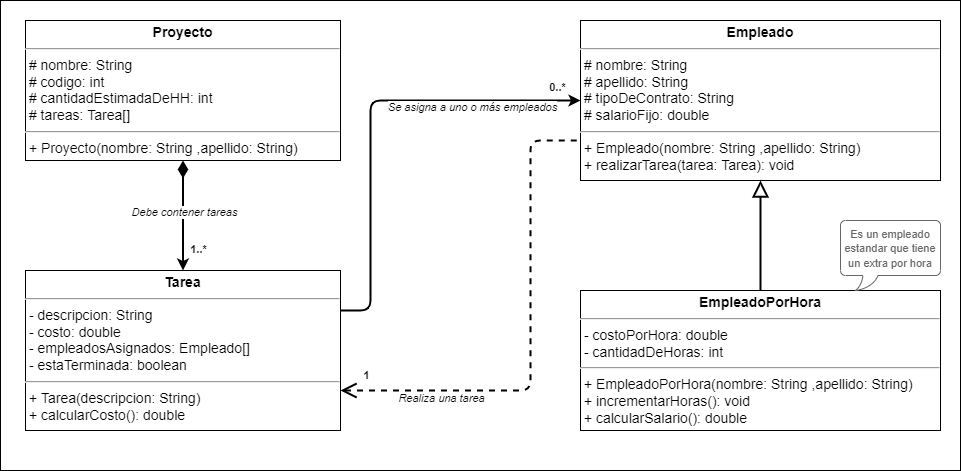
serinformatico/POO-10-2022 keeps this draw.io diagram as src/clase_09/actividad_de_mesa/Diagrama - Proyecto.png. Above is the earlier version. Source tidied: cells renumbered, new cells last; positions are measured from the earlier drawing's top-left corner, leaving out a move shared by most shapes. Source of this version:
```xml
<mxGraphModel>
  <root>
    <mxCell id="0" />
    <mxCell id="1" parent="0" />
    <mxCell id="2" value="&lt;font style=&quot;font-size: 16px;&quot;&gt;&lt;font style=&quot;font-size: 16px;&quot;&gt;&lt;br&gt;&lt;/font&gt;&lt;/font&gt;" style="rounded=0;whiteSpace=wrap;html=1;align=left;verticalAlign=top;fontSize=30;fontStyle=1;spacingTop=10;spacing=2;spacingLeft=20;fontFamily=Verdana;" parent="1" vertex="1">
      <mxGeometry width="960" height="470" as="geometry" />
    </mxCell>
    <mxCell id="3" value="&lt;p style=&quot;margin: 4px 0px 0px; text-align: center; font-size: 14px;&quot;&gt;&lt;b&gt;Empleado&lt;/b&gt;&lt;br&gt;&lt;/p&gt;&lt;hr style=&quot;font-size: 14px;&quot;&gt;&lt;p style=&quot;margin: 0px 0px 0px 4px; font-size: 14px;&quot;&gt;&lt;/p&gt;&amp;nbsp;# nombre: String&lt;br&gt;&lt;span style=&quot;background-color: initial;&quot;&gt;&amp;nbsp;# apellido: String&lt;br&gt;&lt;/span&gt;&amp;nbsp;# tipoDeContrato: String&lt;br&gt;&amp;nbsp;# salarioFijo: double&lt;br&gt;&lt;hr style=&quot;font-size: 14px;&quot;&gt;&amp;nbsp;+&lt;span style=&quot;background-color: initial;&quot;&gt;&amp;nbsp;Empleado(nombre: String ,apellido: String)&lt;br&gt;&amp;nbsp;+ realizarTarea(tarea: Tarea): void&lt;br&gt;&lt;/span&gt;" style="verticalAlign=top;align=left;overflow=fill;fontSize=14;fontFamily=Helvetica;html=1;" parent="1" vertex="1">
      <mxGeometry x="580" y="20" width="360" height="160" as="geometry" />
    </mxCell>
    <mxCell id="4" style="edgeStyle=orthogonalEdgeStyle;rounded=0;jettySize=auto;html=1;entryX=0.5;entryY=1;entryDx=0;entryDy=0;strokeWidth=2;endArrow=block;endFill=0;endSize=12;" parent="1" edge="1" source="5" target="3">
      <mxGeometry relative="1" as="geometry" />
    </mxCell>
    <mxCell id="5" value="&lt;p style=&quot;margin: 4px 0px 0px; text-align: center; font-size: 14px;&quot;&gt;&lt;b&gt;EmpleadoPorHora&lt;/b&gt;&lt;br&gt;&lt;/p&gt;&lt;hr style=&quot;font-size: 14px;&quot;&gt;&lt;p style=&quot;margin: 0px 0px 0px 4px; font-size: 14px;&quot;&gt;&lt;/p&gt;&amp;nbsp;- costoPorHora: double&lt;br&gt;&lt;span style=&quot;background-color: initial;&quot;&gt;&amp;nbsp;- cantidadDeHoras:&amp;nbsp;&lt;/span&gt;int&lt;br&gt;&lt;hr style=&quot;font-size: 14px;&quot;&gt;&lt;p style=&quot;margin: 0px 0px 0px 4px;&quot;&gt;&lt;/p&gt;&amp;nbsp;+&lt;span style=&quot;background-color: initial;&quot;&gt;&amp;nbsp;&lt;/span&gt;EmpleadoPorHora&lt;span style=&quot;background-color: initial;&quot;&gt;(nombre: String ,apellido: String)&lt;/span&gt;&lt;br&gt;&amp;nbsp;+ incrementarHoras(): void&lt;br&gt;&amp;nbsp;+ calcularSalario(): double" style="verticalAlign=top;align=left;overflow=fill;fontSize=14;fontFamily=Helvetica;html=1;" parent="1" vertex="1">
      <mxGeometry x="580" y="290" width="360" height="140" as="geometry" />
    </mxCell>
    <mxCell id="6" style="edgeStyle=orthogonalEdgeStyle;rounded=1;jettySize=auto;html=1;entryX=0.5;entryY=0;entryDx=0;entryDy=0;endArrow=classic;endFill=1;endSize=6;strokeWidth=2;exitX=0.5;exitY=1;exitDx=0;exitDy=0;startArrow=diamondThin;startFill=1;startSize=12;" parent="1" edge="1" source="9" target="10">
      <mxGeometry relative="1" as="geometry" />
    </mxCell>
    <mxCell id="7" value="1..*" style="edgeLabel;html=1;align=center;verticalAlign=middle;fontStyle=1;" parent="6" vertex="1">
      <mxGeometry x="0.64" y="2" relative="1" as="geometry">
        <mxPoint x="13" y="-2" as="offset" />
      </mxGeometry>
    </mxCell>
    <mxCell id="8" value="Debe contener tareas" style="edgeLabel;html=1;align=center;verticalAlign=middle;fontStyle=2;" parent="6" vertex="1">
      <mxGeometry x="0.22" y="1" relative="1" as="geometry">
        <mxPoint y="-16" as="offset" />
      </mxGeometry>
    </mxCell>
    <mxCell id="9" value="&lt;p style=&quot;margin: 4px 0px 0px; text-align: center; font-size: 14px;&quot;&gt;&lt;b&gt;Proyecto&lt;/b&gt;&lt;br&gt;&lt;/p&gt;&lt;hr style=&quot;font-size: 14px;&quot;&gt;&lt;p style=&quot;margin: 0px 0px 0px 4px; font-size: 14px;&quot;&gt;&lt;/p&gt;&lt;span style=&quot;background-color: initial;&quot;&gt;&amp;nbsp;&lt;/span&gt;# nombre: String&lt;br&gt;&lt;span style=&quot;background-color: initial;&quot;&gt;&amp;nbsp;# codigo: int&lt;br&gt;&amp;nbsp;# cantidadEstimadaDeHH&lt;/span&gt;&lt;span style=&quot;background-color: initial;&quot;&gt;:&amp;nbsp;&lt;/span&gt;int&lt;br&gt;&amp;nbsp;# tareas: Tarea[]&lt;br&gt;&lt;hr style=&quot;font-size: 14px;&quot;&gt;&lt;p style=&quot;margin: 0px 0px 0px 4px;&quot;&gt;&lt;/p&gt;&amp;nbsp;+&lt;span style=&quot;background-color: initial;&quot;&gt;&amp;nbsp;&lt;/span&gt;Proyecto&lt;span style=&quot;background-color: initial;&quot;&gt;(nombre: String ,apellido: String)&lt;/span&gt;&lt;br&gt;&lt;p style=&quot;margin: 0px 0px 0px 4px;&quot;&gt;&lt;br&gt;&lt;/p&gt;" style="verticalAlign=top;align=left;overflow=fill;fontSize=14;fontFamily=Helvetica;html=1;" parent="1" vertex="1">
      <mxGeometry x="25" y="20" width="315" height="140" as="geometry" />
    </mxCell>
    <mxCell id="10" value="&lt;p style=&quot;margin: 4px 0px 0px; text-align: center; font-size: 14px;&quot;&gt;&lt;b&gt;Tarea&lt;/b&gt;&lt;br&gt;&lt;/p&gt;&lt;hr style=&quot;font-size: 14px;&quot;&gt;&lt;p style=&quot;margin: 0px 0px 0px 4px; font-size: 14px;&quot;&gt;&lt;/p&gt;&lt;span style=&quot;background-color: initial;&quot;&gt;&amp;nbsp;- descripcion: String&lt;br&gt;&amp;nbsp;- costo: double&lt;br&gt;&amp;nbsp;- empleadosAsignados: Empleado[]&lt;br&gt;&lt;/span&gt;&amp;nbsp;- estaTerminada: boolean&lt;br&gt;&lt;hr style=&quot;font-size: 14px;&quot;&gt;&amp;nbsp;+&lt;span style=&quot;background-color: initial;&quot;&gt;&amp;nbsp;&lt;/span&gt;Tarea&lt;span style=&quot;background-color: initial;&quot;&gt;(&lt;/span&gt;descripcion: String&lt;span style=&quot;background-color: initial;&quot;&gt;)&lt;/span&gt;&lt;br&gt;&lt;p style=&quot;margin: 0px 0px 0px 4px;&quot;&gt;&lt;span style=&quot;background-color: initial;&quot;&gt;+ calcularCosto(): double&lt;/span&gt;&lt;br&gt;&lt;/p&gt;" style="verticalAlign=top;align=left;overflow=fill;fontSize=14;fontFamily=Helvetica;html=1;" parent="1" vertex="1">
      <mxGeometry x="25" y="270" width="315" height="160" as="geometry" />
    </mxCell>
    <mxCell id="11" style="edgeStyle=orthogonalEdgeStyle;rounded=1;jettySize=auto;html=1;entryX=0;entryY=0.75;entryDx=0;entryDy=0;endArrow=none;endFill=0;endSize=6;strokeWidth=2;exitX=1;exitY=0.75;exitDx=0;exitDy=0;startArrow=open;startFill=0;startSize=12;dashed=1;" parent="1" edge="1" source="10" target="3">
      <mxGeometry relative="1" as="geometry">
        <Array as="points">
          <mxPoint x="530" y="390" />
          <mxPoint x="530" y="140" />
        </Array>
      </mxGeometry>
    </mxCell>
    <mxCell id="12" value="1" style="edgeLabel;html=1;align=center;verticalAlign=middle;fontStyle=1;" parent="11" vertex="1">
      <mxGeometry x="0.64" y="2" relative="1" as="geometry">
        <mxPoint x="-162" y="198" as="offset" />
      </mxGeometry>
    </mxCell>
    <mxCell id="13" value="Realiza una tarea" style="edgeLabel;html=1;align=center;verticalAlign=middle;fontStyle=2;" parent="11" vertex="1">
      <mxGeometry x="-0.19" relative="1" as="geometry">
        <mxPoint x="-89" y="16" as="offset" />
      </mxGeometry>
    </mxCell>
    <mxCell id="14" value="&lt;span style=&quot;font-size: 11px; background-color: rgb(255, 255, 255);&quot;&gt;Es un empleado estandar que tiene un extra por hora&lt;/span&gt;" style="whiteSpace=wrap;html=1;shape=mxgraph.basic.roundRectCallout;dx=30;dy=15;size=5;boundedLbl=1;strokeColor=#666666;fontColor=#666666;" parent="1" vertex="1">
      <mxGeometry x="840" y="220" width="100" height="70" as="geometry" />
    </mxCell>
    <mxCell id="15" style="edgeStyle=orthogonalEdgeStyle;rounded=1;jettySize=auto;html=1;entryX=1;entryY=0.25;entryDx=0;entryDy=0;strokeWidth=2;endArrow=none;endFill=0;endSize=12;exitX=0;exitY=0.5;exitDx=0;exitDy=0;startArrow=classic;startFill=1;startSize=6;" parent="1" edge="1" source="3" target="10">
      <mxGeometry relative="1" as="geometry">
        <Array as="points">
          <mxPoint x="370" y="100" />
          <mxPoint x="370" y="310" />
        </Array>
      </mxGeometry>
    </mxCell>
    <mxCell id="16" value="0..*" style="edgeLabel;html=1;align=center;verticalAlign=middle;fontColor=#000000;fontStyle=1;" parent="15" vertex="1">
      <mxGeometry x="0.88" y="-1" relative="1" as="geometry">
        <mxPoint x="190" y="-222" as="offset" />
      </mxGeometry>
    </mxCell>
    <mxCell id="17" value="&lt;font color=&quot;#000000&quot;&gt;Se asigna a uno o más empleados&lt;/font&gt;" style="edgeLabel;html=1;align=center;verticalAlign=middle;fontColor=#666666;fontStyle=2;" parent="15" vertex="1">
      <mxGeometry x="0.76" y="-2" relative="1" as="geometry">
        <mxPoint x="104" y="-180" as="offset" />
      </mxGeometry>
    </mxCell>
  </root>
</mxGraphModel>
```
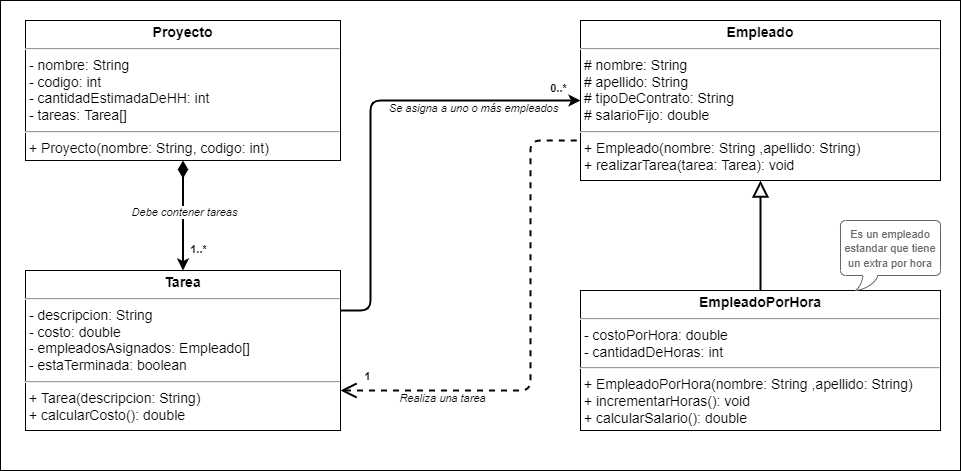
Later version of the same file.

Commit message:
Agrego las soluciones de la clase 9

Diff of the diagram source:
```diff
@@ -27,7 +27,7 @@
         <mxPoint y="-16" as="offset" />
       </mxGeometry>
     </mxCell>
-    <mxCell id="9" value="&lt;p style=&quot;margin: 4px 0px 0px; text-align: center; font-size: 14px;&quot;&gt;&lt;b&gt;Proyecto&lt;/b&gt;&lt;br&gt;&lt;/p&gt;&lt;hr style=&quot;font-size: 14px;&quot;&gt;&lt;p style=&quot;margin: 0px 0px 0px 4px; font-size: 14px;&quot;&gt;&lt;/p&gt;&lt;span style=&quot;background-color: initial;&quot;&gt;&amp;nbsp;&lt;/span&gt;# nombre: String&lt;br&gt;&lt;span style=&quot;background-color: initial;&quot;&gt;&amp;nbsp;# codigo: int&lt;br&gt;&amp;nbsp;# cantidadEstimadaDeHH&lt;/span&gt;&lt;span style=&quot;background-color: initial;&quot;&gt;:&amp;nbsp;&lt;/span&gt;int&lt;br&gt;&amp;nbsp;# tareas: Tarea[]&lt;br&gt;&lt;hr style=&quot;font-size: 14px;&quot;&gt;&lt;p style=&quot;margin: 0px 0px 0px 4px;&quot;&gt;&lt;/p&gt;&amp;nbsp;+&lt;span style=&quot;background-color: initial;&quot;&gt;&amp;nbsp;&lt;/span&gt;Proyecto&lt;span style=&quot;background-color: initial;&quot;&gt;(nombre: String ,apellido: String)&lt;/span&gt;&lt;br&gt;&lt;p style=&quot;margin: 0px 0px 0px 4px;&quot;&gt;&lt;br&gt;&lt;/p&gt;" style="verticalAlign=top;align=left;overflow=fill;fontSize=14;fontFamily=Helvetica;html=1;" parent="1" vertex="1">
+    <mxCell id="9" value="&lt;p style=&quot;margin: 4px 0px 0px; text-align: center; font-size: 14px;&quot;&gt;&lt;b&gt;Proyecto&lt;/b&gt;&lt;br&gt;&lt;/p&gt;&lt;hr style=&quot;font-size: 14px;&quot;&gt;&lt;p style=&quot;margin: 0px 0px 0px 4px; font-size: 14px;&quot;&gt;&lt;/p&gt;&lt;span style=&quot;background-color: initial;&quot;&gt;&amp;nbsp;&lt;/span&gt;- nombre: String&lt;br&gt;&lt;span style=&quot;background-color: initial;&quot;&gt;&amp;nbsp;- codigo: int&lt;br&gt;&amp;nbsp;- cantidadEstimadaDeHH&lt;/span&gt;&lt;span style=&quot;background-color: initial;&quot;&gt;:&amp;nbsp;&lt;/span&gt;int&lt;br&gt;&amp;nbsp;- tareas: Tarea[]&lt;br&gt;&lt;hr style=&quot;font-size: 14px;&quot;&gt;&lt;p style=&quot;margin: 0px 0px 0px 4px;&quot;&gt;&lt;/p&gt;&amp;nbsp;+&lt;span style=&quot;background-color: initial;&quot;&gt;&amp;nbsp;&lt;/span&gt;Proyecto&lt;span style=&quot;background-color: initial;&quot;&gt;(nombre: String,&amp;nbsp;&lt;/span&gt;codigo&lt;span style=&quot;background-color: initial;&quot;&gt;: int)&lt;/span&gt;&lt;br&gt;&lt;p style=&quot;margin: 0px 0px 0px 4px;&quot;&gt;&lt;br&gt;&lt;/p&gt;" style="verticalAlign=top;align=left;overflow=fill;fontSize=14;fontFamily=Helvetica;html=1;" parent="1" vertex="1">
       <mxGeometry x="25" y="20" width="315" height="140" as="geometry" />
     </mxCell>
     <mxCell id="10" value="&lt;p style=&quot;margin: 4px 0px 0px; text-align: center; font-size: 14px;&quot;&gt;&lt;b&gt;Tarea&lt;/b&gt;&lt;br&gt;&lt;/p&gt;&lt;hr style=&quot;font-size: 14px;&quot;&gt;&lt;p style=&quot;margin: 0px 0px 0px 4px; font-size: 14px;&quot;&gt;&lt;/p&gt;&lt;span style=&quot;background-color: initial;&quot;&gt;&amp;nbsp;- descripcion: String&lt;br&gt;&amp;nbsp;- costo: double&lt;br&gt;&amp;nbsp;- empleadosAsignados: Empleado[]&lt;br&gt;&lt;/span&gt;&amp;nbsp;- estaTerminada: boolean&lt;br&gt;&lt;hr style=&quot;font-size: 14px;&quot;&gt;&amp;nbsp;+&lt;span style=&quot;background-color: initial;&quot;&gt;&amp;nbsp;&lt;/span&gt;Tarea&lt;span style=&quot;background-color: initial;&quot;&gt;(&lt;/span&gt;descripcion: String&lt;span style=&quot;background-color: initial;&quot;&gt;)&lt;/span&gt;&lt;br&gt;&lt;p style=&quot;margin: 0px 0px 0px 4px;&quot;&gt;&lt;span style=&quot;background-color: initial;&quot;&gt;+ calcularCosto(): double&lt;/span&gt;&lt;br&gt;&lt;/p&gt;" style="verticalAlign=top;align=left;overflow=fill;fontSize=14;fontFamily=Helvetica;html=1;" parent="1" vertex="1">
```
